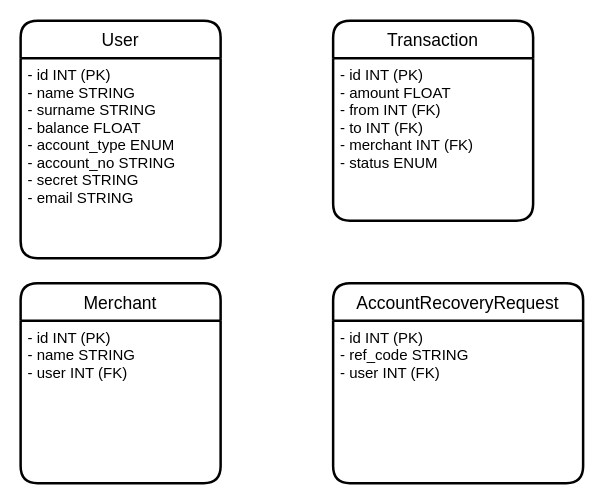
Before: page "ERD" (2 of 2) of design/design.drawio in XavierTM/biobank, a draw.io diagram. Source tidied: cells renumbered, new cells numbered last; positions are measured from the earlier drawing's top-left corner, leaving out a move shared by most shapes. Both pictures are drawn from the tidied source at 125%, with x=0, y=0 at pixel (20, 20).
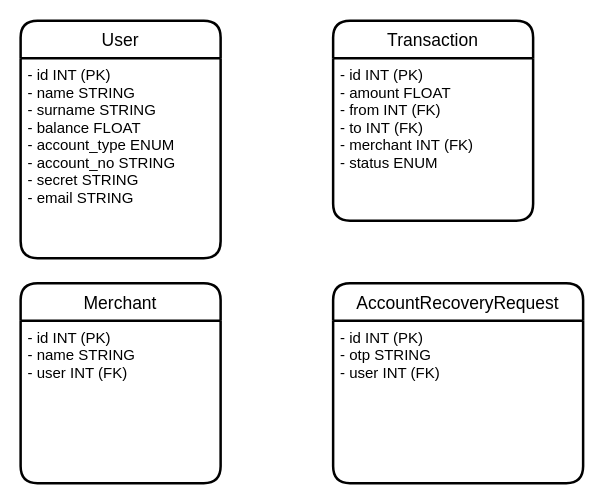
The same diagram, later.

Change to the diagram source:
```diff
@@
 <mxGraphModel>
   <root>
     <mxCell id="0" />
     <mxCell id="1" parent="0" />
     <mxCell id="2" value="User" style="swimlane;horizontal=1;startSize=30;rounded=1;fontSize=14;fontStyle=0;strokeWidth=2;shadow=0;dashed=0;align=center;" parent="1" vertex="1">
       <mxGeometry width="160" height="190" as="geometry" />
     </mxCell>
     <mxCell id="3" value="- id INT (PK)&#10;- name STRING&#10;- surname STRING&#10;- balance FLOAT&#10;- account_type ENUM&#10;- account_no STRING&#10;- secret STRING&#10;- email STRING" style="align=left;strokeColor=none;fillColor=none;spacingLeft=4;fontSize=12;verticalAlign=top;" parent="2" vertex="1">
       <mxGeometry y="30" width="160" height="160" as="geometry" />
     </mxCell>
     <mxCell id="4" value="Transaction" style="swimlane;horizontal=1;startSize=30;rounded=1;fontSize=14;fontStyle=0;strokeWidth=2;shadow=0;dashed=0;align=center;" parent="1" vertex="1">
       <mxGeometry x="250" width="160" height="160" as="geometry" />
     </mxCell>
     <mxCell id="5" value="- id INT (PK)&#10;- amount FLOAT&#10;- from INT (FK)&#10;- to INT (FK)&#10;- merchant INT (FK)&#10;- status ENUM" style="align=left;strokeColor=none;fillColor=none;spacingLeft=4;fontSize=12;verticalAlign=top;" parent="4" vertex="1">
       <mxGeometry y="30" width="160" height="130" as="geometry" />
     </mxCell>
     <mxCell id="6" value="Merchant" style="swimlane;horizontal=1;startSize=30;rounded=1;fontSize=14;fontStyle=0;strokeWidth=2;shadow=0;dashed=0;align=center;" parent="1" vertex="1">
       <mxGeometry y="210" width="160" height="160" as="geometry" />
     </mxCell>
     <mxCell id="7" value="- id INT (PK)&#10;- name STRING&#10;- user INT (FK)&#10;" style="align=left;strokeColor=none;fillColor=none;spacingLeft=4;fontSize=12;verticalAlign=top;" parent="6" vertex="1">
       <mxGeometry y="30" width="160" height="130" as="geometry" />
     </mxCell>
     <mxCell id="8" value="AccountRecoveryRequest" style="swimlane;horizontal=1;startSize=30;rounded=1;fontSize=14;fontStyle=0;strokeWidth=2;shadow=0;dashed=0;align=center;" parent="1" vertex="1">
       <mxGeometry x="250" y="210" width="200" height="160" as="geometry" />
     </mxCell>
-    <mxCell id="9" value="- id INT (PK)&#10;- ref_code STRING&#10;- user INT (FK)&#10;" style="align=left;strokeColor=none;fillColor=none;spacingLeft=4;fontSize=12;verticalAlign=top;" parent="8" vertex="1">
+    <mxCell id="9" value="- id INT (PK)&#10;- otp STRING&#10;- user INT (FK)&#10;" style="align=left;strokeColor=none;fillColor=none;spacingLeft=4;fontSize=12;verticalAlign=top;" parent="8" vertex="1">
       <mxGeometry y="30" width="200" height="130" as="geometry" />
     </mxCell>
   </root>
 </mxGraphModel>
```
